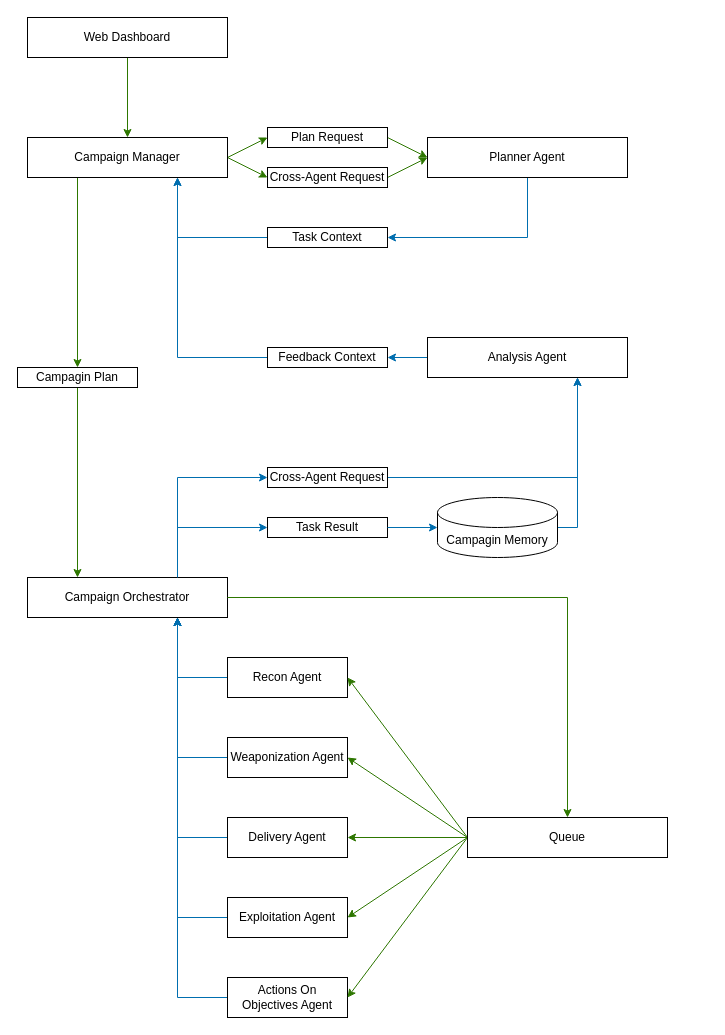
therustymate/ARES keeps this draw.io diagram as rsrc/main_workflow.drawio. Above is the earlier version. Source tidied: cells renumbered, new cells numbered last; positions are measured from the earlier drawing's top-left corner, leaving out a move shared by most shapes. Both pictures are drawn from the tidied source at 100%, with x=0, y=0 at pixel (17, 17).
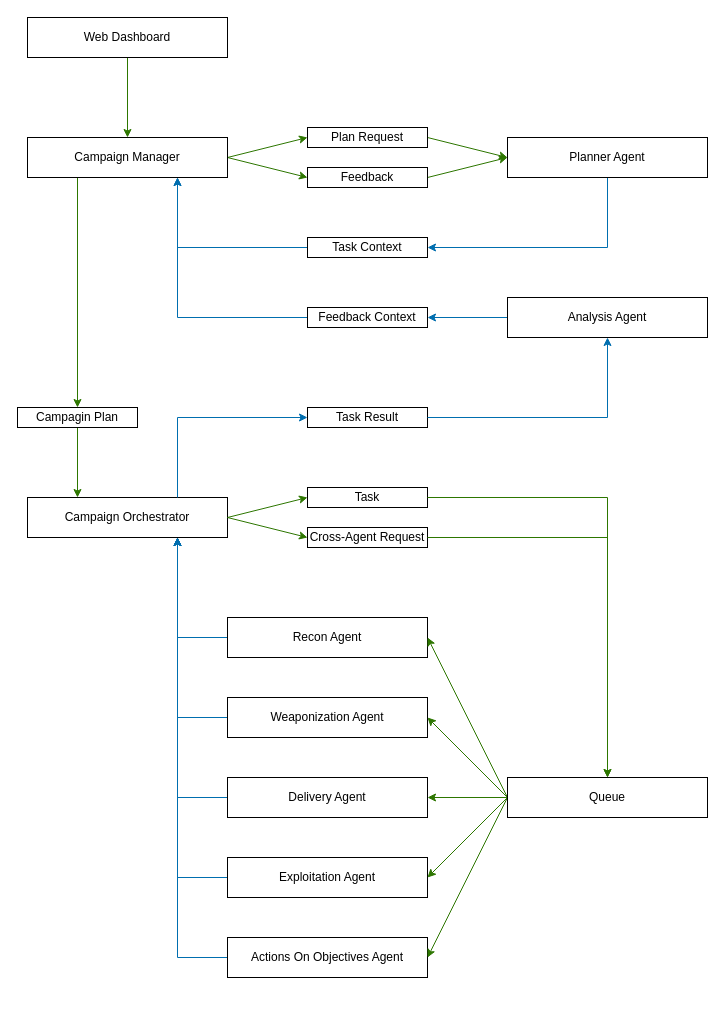
After the change.

Unchanged cells that the change refers to:
```xml
<mxCell id="7" value="Campaign Manager" style="rounded=0;whiteSpace=wrap;html=1;strokeColor=light-dark(#000000,#FF00FF);fillColor=none;fontColor=default;" parent="1" vertex="1">
  <mxGeometry x="10" y="120" width="200" height="40" as="geometry" />
</mxCell>
```

What changed in the source:
```diff
@@
     <mxCell id="9" value="Plan Request" style="rounded=0;whiteSpace=wrap;html=1;" parent="1" vertex="1">
-      <mxGeometry x="250" y="110" width="120" height="20" as="geometry" />
+      <mxGeometry x="290" y="110" width="120" height="20" as="geometry" />
     </mxCell>
@@
-    <mxCell id="11" value="Cross-Agent Request" style="rounded=0;whiteSpace=wrap;html=1;" parent="1" vertex="1">
-      <mxGeometry x="250" y="150" width="120" height="20" as="geometry" />
+    <mxCell id="11" value="Feedback" style="rounded=0;whiteSpace=wrap;html=1;" parent="1" vertex="1">
+      <mxGeometry x="290" y="150" width="120" height="20" as="geometry" />
     </mxCell>
@@
     <mxCell id="13" value="Planner Agent" style="rounded=0;whiteSpace=wrap;html=1;strokeColor=light-dark(#000000,#007FFF);fillColor=default;" parent="1" vertex="1">
-      <mxGeometry x="410" y="120" width="200" height="40" as="geometry" />
+      <mxGeometry x="490" y="120" width="200" height="40" as="geometry" />
     </mxCell>
     <mxCell id="14" style="edgeStyle=orthogonalEdgeStyle;rounded=0;jettySize=auto;html=1;exitX=0;exitY=0.5;exitDx=0;exitDy=0;entryX=0.75;entryY=1;entryDx=0;entryDy=0;fillColor=#1ba1e2;strokeColor=#006EAF;" parent="1" edge="1" source="15" target="7">
-      <mxGeometry relative="1" as="geometry" />
+      <mxGeometry x="-0.47" relative="1" as="geometry" />
     </mxCell>
     <mxCell id="15" value="Task Context" style="rounded=0;whiteSpace=wrap;html=1;" parent="1" vertex="1">
-      <mxGeometry x="250" y="210" width="120" height="20" as="geometry" />
+      <mxGeometry x="290" y="220" width="120" height="20" as="geometry" />
     </mxCell>
@@
     <mxCell id="17" value="Analysis Agent" style="rounded=0;whiteSpace=wrap;html=1;strokeColor=light-dark(#000000,#007FFF);fillColor=default;" parent="1" vertex="1">
-      <mxGeometry x="410" y="320" width="200" height="40" as="geometry" />
+      <mxGeometry x="490" y="280" width="200" height="40" as="geometry" />
     </mxCell>
     <mxCell id="18" style="edgeStyle=orthogonalEdgeStyle;rounded=0;jettySize=auto;html=1;exitX=0;exitY=0.5;exitDx=0;exitDy=0;entryX=0.75;entryY=1;entryDx=0;entryDy=0;fillColor=#1ba1e2;strokeColor=#006EAF;" parent="1" edge="1" source="19" target="7">
-      <mxGeometry relative="1" as="geometry" />
+      <mxGeometry x="-0.4" relative="1" as="geometry" />
     </mxCell>
     <mxCell id="19" value="Feedback Context" style="rounded=0;whiteSpace=wrap;html=1;" parent="1" vertex="1">
-      <mxGeometry x="250" y="330" width="120" height="20" as="geometry" />
+      <mxGeometry x="290" y="290" width="120" height="20" as="geometry" />
     </mxCell>
-    <mxCell id="20" style="edgeStyle=orthogonalEdgeStyle;rounded=0;jettySize=auto;html=1;exitX=0.75;exitY=0;exitDx=0;exitDy=0;entryX=0;entryY=0.5;entryDx=0;entryDy=0;fillColor=#1ba1e2;strokeColor=#006EAF;" parent="1" edge="1" source="21" target="40">
-      <mxGeometry relative="1" as="geometry" />
-    </mxCell>
     <mxCell id="21" value="Campaign Orchestrator" style="rounded=0;whiteSpace=wrap;html=1;strokeColor=light-dark(#000000,#FF00FF);fillColor=default;fontColor=default;" parent="1" vertex="1">
-      <mxGeometry x="10" y="560" width="200" height="40" as="geometry" />
+      <mxGeometry x="10" y="480" width="200" height="40" as="geometry" />
     </mxCell>
@@
     <mxCell id="23" value="Recon Agent" style="rounded=0;whiteSpace=wrap;html=1;strokeColor=light-dark(#000000,#007FFF);fillColor=default;" parent="1" vertex="1">
-      <mxGeometry x="210" y="640" width="120" height="40" as="geometry" />
+      <mxGeometry x="210" y="600" width="200" height="40" as="geometry" />
     </mxCell>
@@
     <mxCell id="25" value="Weaponization Agent" style="rounded=0;whiteSpace=wrap;html=1;strokeColor=light-dark(#000000,#007FFF);fillColor=default;" parent="1" vertex="1">
-      <mxGeometry x="210" y="720" width="120" height="40" as="geometry" />
+      <mxGeometry x="210" y="680" width="200" height="40" as="geometry" />
     </mxCell>
@@
     <mxCell id="27" value="Delivery Agent" style="rounded=0;whiteSpace=wrap;html=1;strokeColor=light-dark(#000000,#007FFF);fillColor=default;" parent="1" vertex="1">
-      <mxGeometry x="210" y="800" width="120" height="40" as="geometry" />
+      <mxGeometry x="210" y="760" width="200" height="40" as="geometry" />
     </mxCell>
@@
     <mxCell id="29" value="Exploitation Agent" style="rounded=0;whiteSpace=wrap;html=1;strokeColor=light-dark(#000000,#007FFF);fillColor=default;" parent="1" vertex="1">
-      <mxGeometry x="210" y="880" width="120" height="40" as="geometry" />
+      <mxGeometry x="210" y="840" width="200" height="40" as="geometry" />
     </mxCell>
@@
     <mxCell id="31" value="Actions On Objectives Agent" style="rounded=0;whiteSpace=wrap;html=1;strokeColor=light-dark(#000000,#007FFF);fillColor=default;" parent="1" vertex="1">
-      <mxGeometry x="210" y="960" width="120" height="40" as="geometry" />
+      <mxGeometry x="210" y="920" width="200" height="40" as="geometry" />
     </mxCell>
@@
     <mxCell id="37" value="Queue" style="rounded=0;whiteSpace=wrap;html=1;" parent="1" vertex="1">
-      <mxGeometry x="450" y="800" width="200" height="40" as="geometry" />
+      <mxGeometry x="490" y="760" width="200" height="40" as="geometry" />
     </mxCell>
-    <mxCell id="38" style="edgeStyle=orthogonalEdgeStyle;rounded=0;jettySize=auto;html=1;exitX=1;exitY=0.5;exitDx=0;exitDy=0;entryX=0.5;entryY=0;entryDx=0;entryDy=0;fillColor=#60a917;strokeColor=#2D7600;" parent="1" edge="1" source="21" target="37">
+    <mxCell id="38" style="rounded=0;jettySize=auto;html=1;exitX=1;exitY=0.5;exitDx=0;exitDy=0;entryX=0;entryY=0.5;entryDx=0;entryDy=0;fillColor=#60a917;strokeColor=#2D7600;" parent="1" edge="1" source="21" target="40">
       <mxGeometry relative="1" as="geometry" />
     </mxCell>
-    <mxCell id="39" style="edgeStyle=orthogonalEdgeStyle;rounded=0;jettySize=auto;html=1;exitX=1;exitY=0.5;exitDx=0;exitDy=0;entryX=0.75;entryY=1;entryDx=0;entryDy=0;fillColor=#1ba1e2;strokeColor=#006EAF;" parent="1" edge="1" source="40" target="17">
-      <mxGeometry relative="1" as="geometry" />
-    </mxCell>
-    <mxCell id="40" value="Cross-Agent Request" style="rounded=0;whiteSpace=wrap;html=1;" parent="1" vertex="1">
-      <mxGeometry x="250" y="450" width="120" height="20" as="geometry" />
-    </mxCell>
@@
     <mxCell id="42" value="Campagin Plan" style="rounded=0;whiteSpace=wrap;html=1;rotation=0;" parent="1" vertex="1">
-      <mxGeometry y="350" width="120" height="20" as="geometry" />
+      <mxGeometry y="390" width="120" height="20" as="geometry" />
     </mxCell>
-    <mxCell id="43" style="edgeStyle=orthogonalEdgeStyle;rounded=0;jettySize=auto;html=1;exitX=1;exitY=0.5;exitDx=0;exitDy=0;exitPerimeter=0;entryX=0.75;entryY=1;entryDx=0;entryDy=0;fillColor=#1ba1e2;strokeColor=#006EAF;" parent="1" edge="1" source="44" target="17">
-      <mxGeometry relative="1" as="geometry" />
-    </mxCell>
-    <mxCell id="44" value="Campagin Memory" style="shape=cylinder3;whiteSpace=wrap;html=1;boundedLbl=1;backgroundOutline=1;size=15;" parent="1" vertex="1">
-      <mxGeometry x="420" y="480" width="120" height="60" as="geometry" />
-    </mxCell>
@@
     <mxCell id="46" value="Task Result" style="rounded=0;whiteSpace=wrap;html=1;" parent="1" vertex="1">
-      <mxGeometry x="250" y="500" width="120" height="20" as="geometry" />
+      <mxGeometry x="290" y="390" width="120" height="20" as="geometry" />
     </mxCell>
-    <mxCell id="47" style="edgeStyle=orthogonalEdgeStyle;rounded=0;jettySize=auto;html=1;exitX=1;exitY=0.5;exitDx=0;exitDy=0;entryX=0;entryY=0.5;entryDx=0;entryDy=0;fillColor=#1ba1e2;strokeColor=#006EAF;entryPerimeter=0;" parent="1" edge="1" source="46" target="44">
-      <mxGeometry relative="1" as="geometry" />
+    <mxCell id="47" style="edgeStyle=orthogonalEdgeStyle;rounded=0;jettySize=auto;html=1;exitX=1;exitY=0.5;exitDx=0;exitDy=0;entryX=0.5;entryY=1;entryDx=0;entryDy=0;fillColor=#1ba1e2;strokeColor=#006EAF;" parent="1" edge="1" source="46" target="17">
+      <mxGeometry x="-0.8" relative="1" as="geometry" />
     </mxCell>
+    <mxCell id="40" value="Cross-Agent Request" style="rounded=0;whiteSpace=wrap;html=1;" parent="1" vertex="1">
+      <mxGeometry x="290" y="510" width="120" height="20" as="geometry" />
+    </mxCell>
+    <mxCell id="48" value="Task" style="rounded=0;whiteSpace=wrap;html=1;" parent="1" vertex="1">
+      <mxGeometry x="290" y="470" width="120" height="20" as="geometry" />
+    </mxCell>
+    <mxCell id="49" style="edgeStyle=orthogonalEdgeStyle;rounded=0;jettySize=auto;html=1;exitX=1;exitY=0.5;exitDx=0;exitDy=0;entryX=0.5;entryY=0;entryDx=0;entryDy=0;fillColor=#60a917;strokeColor=#2D7600;" parent="1" edge="1" source="48" target="37">
+      <mxGeometry x="0.34" relative="1" as="geometry" />
+    </mxCell>
+    <mxCell id="50" style="edgeStyle=orthogonalEdgeStyle;rounded=0;jettySize=auto;html=1;exitX=1;exitY=0.5;exitDx=0;exitDy=0;fillColor=#60a917;strokeColor=#2D7600;" parent="1" edge="1" source="40" target="37">
+      <mxGeometry x="0.32" relative="1" as="geometry" />
+    </mxCell>
+    <mxCell id="51" style="rounded=0;jettySize=auto;html=1;exitX=1;exitY=0.5;exitDx=0;exitDy=0;entryX=0;entryY=0.5;entryDx=0;entryDy=0;fillColor=#60a917;strokeColor=#2D7600;" parent="1" edge="1" source="21" target="48">
+      <mxGeometry relative="1" as="geometry" />
+    </mxCell>
```
